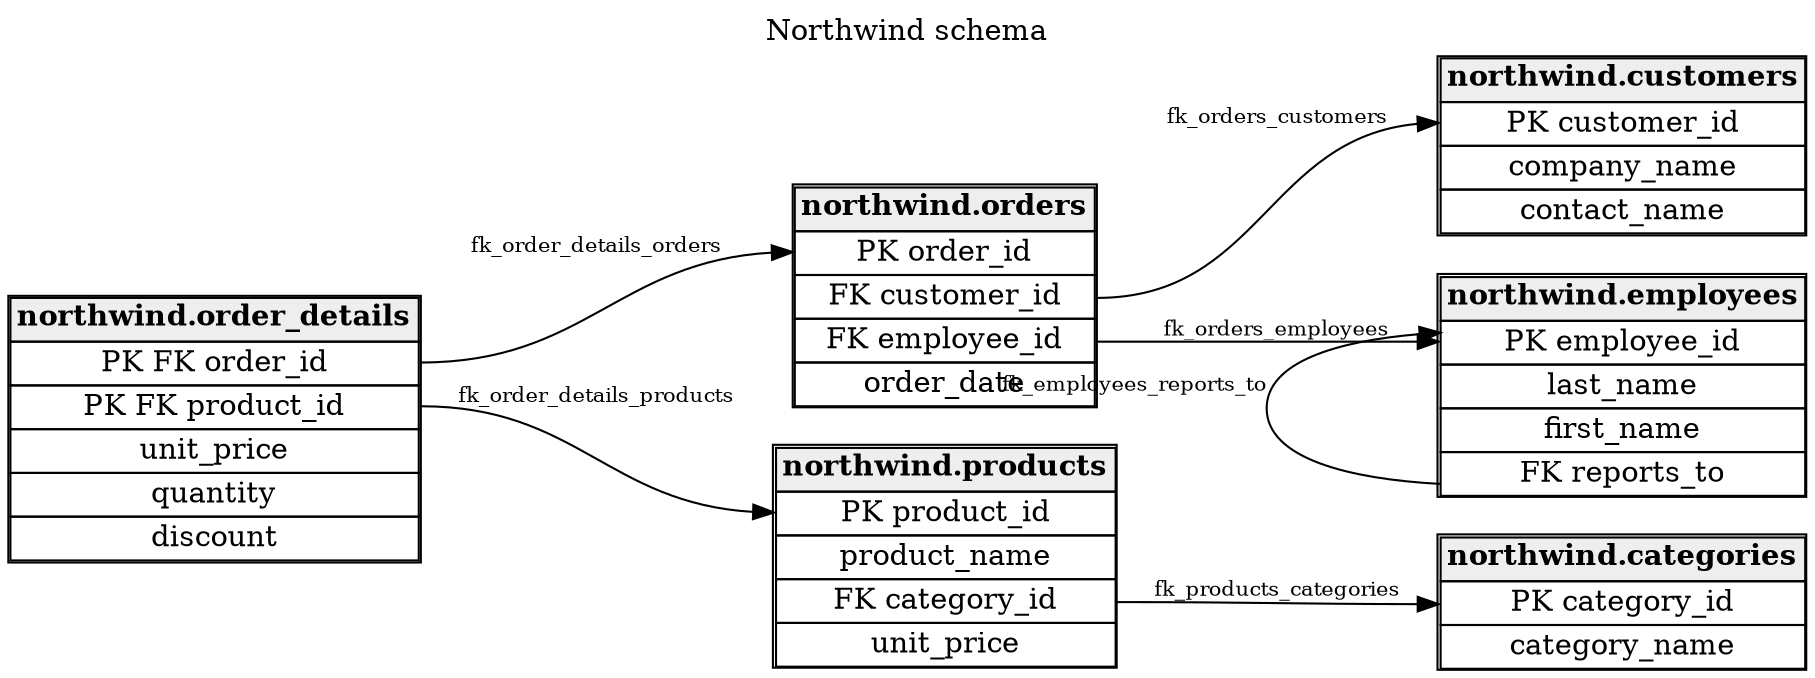
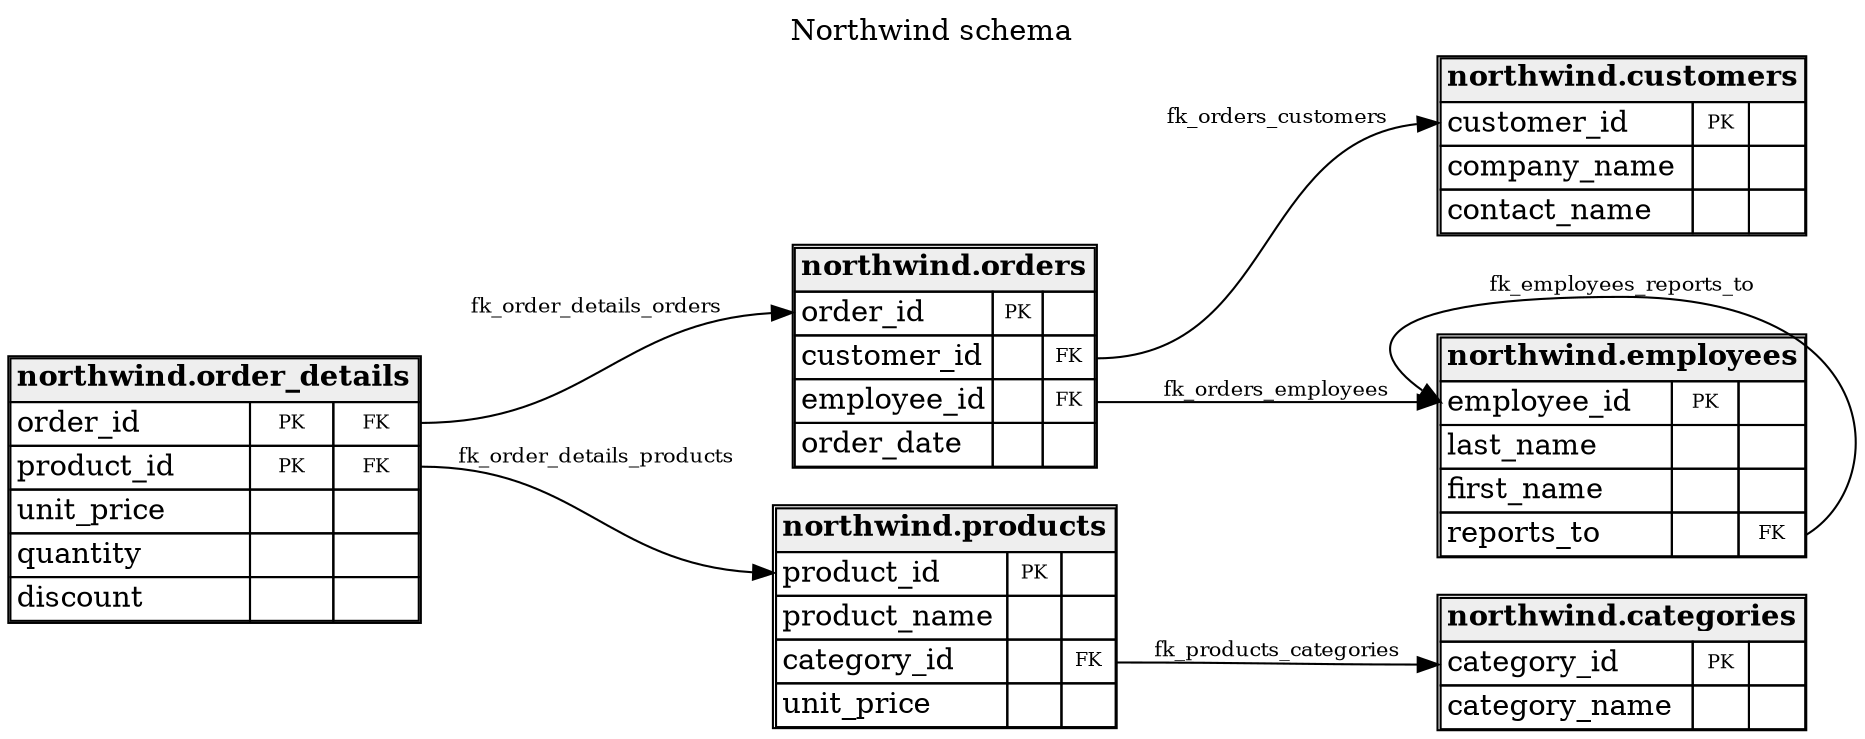
digraph DbSketch {
  graph [
    rankdir=LR,
    labelloc="t",
    label="Northwind schema"
  ];

  node [
    shape=plain
  ];

  edge [
    fontsize=10
  ];

  "table_northwind_categories" [
    label=<
      <TABLE BORDER="1" CELLBORDER="1" CELLSPACING="0">
-         <TR><TD BGCOLOR="#EEEEEE"><B>northwind.categories</B></TD></TR>
-         <TR><TD PORT="col_category_id">PK category_id</TD></TR>
-         <TR><TD PORT="col_category_name">category_name</TD></TR>
+         <TR><TD COLSPAN="3" BGCOLOR="#EEEEEE" ALIGN="LEFT"><B>northwind.categories</B></TD></TR>
+         <TR><TD PORT="col_category_id" ALIGN="LEFT">category_id</TD><TD WIDTH="24" ALIGN="CENTER"><FONT POINT-SIZE="9">PK</FONT></TD><TD WIDTH="24"></TD></TR>
+         <TR><TD PORT="col_category_name" ALIGN="LEFT">category_name</TD><TD WIDTH="24"></TD><TD WIDTH="24"></TD></TR>
      </TABLE>
    >
  ];

  "table_northwind_customers" [
    label=<
      <TABLE BORDER="1" CELLBORDER="1" CELLSPACING="0">
-         <TR><TD BGCOLOR="#EEEEEE"><B>northwind.customers</B></TD></TR>
-         <TR><TD PORT="col_customer_id">PK customer_id</TD></TR>
-         <TR><TD PORT="col_company_name">company_name</TD></TR>
-         <TR><TD PORT="col_contact_name">contact_name</TD></TR>
+         <TR><TD COLSPAN="3" BGCOLOR="#EEEEEE" ALIGN="LEFT"><B>northwind.customers</B></TD></TR>
+         <TR><TD PORT="col_customer_id" ALIGN="LEFT">customer_id</TD><TD WIDTH="24" ALIGN="CENTER"><FONT POINT-SIZE="9">PK</FONT></TD><TD WIDTH="24"></TD></TR>
+         <TR><TD PORT="col_company_name" ALIGN="LEFT">company_name</TD><TD WIDTH="24"></TD><TD WIDTH="24"></TD></TR>
+         <TR><TD PORT="col_contact_name" ALIGN="LEFT">contact_name</TD><TD WIDTH="24"></TD><TD WIDTH="24"></TD></TR>
      </TABLE>
    >
  ];

  "table_northwind_employees" [
    label=<
      <TABLE BORDER="1" CELLBORDER="1" CELLSPACING="0">
-         <TR><TD BGCOLOR="#EEEEEE"><B>northwind.employees</B></TD></TR>
-         <TR><TD PORT="col_employee_id">PK employee_id</TD></TR>
-         <TR><TD PORT="col_last_name">last_name</TD></TR>
-         <TR><TD PORT="col_first_name">first_name</TD></TR>
-         <TR><TD PORT="col_reports_to">FK reports_to</TD></TR>
+         <TR><TD COLSPAN="3" BGCOLOR="#EEEEEE" ALIGN="LEFT"><B>northwind.employees</B></TD></TR>
+         <TR><TD PORT="col_employee_id" ALIGN="LEFT">employee_id</TD><TD WIDTH="24" ALIGN="CENTER"><FONT POINT-SIZE="9">PK</FONT></TD><TD WIDTH="24"></TD></TR>
+         <TR><TD PORT="col_last_name" ALIGN="LEFT">last_name</TD><TD WIDTH="24"></TD><TD WIDTH="24"></TD></TR>
+         <TR><TD PORT="col_first_name" ALIGN="LEFT">first_name</TD><TD WIDTH="24"></TD><TD WIDTH="24"></TD></TR>
+         <TR><TD PORT="col_reports_to" ALIGN="LEFT">reports_to</TD><TD WIDTH="24"></TD><TD PORT="col_reports_to_fk" WIDTH="24" ALIGN="CENTER"><FONT POINT-SIZE="9">FK</FONT></TD></TR>
      </TABLE>
    >
  ];

  "table_northwind_orders" [
    label=<
      <TABLE BORDER="1" CELLBORDER="1" CELLSPACING="0">
-         <TR><TD BGCOLOR="#EEEEEE"><B>northwind.orders</B></TD></TR>
-         <TR><TD PORT="col_order_id">PK order_id</TD></TR>
-         <TR><TD PORT="col_customer_id">FK customer_id</TD></TR>
-         <TR><TD PORT="col_employee_id">FK employee_id</TD></TR>
-         <TR><TD PORT="col_order_date">order_date</TD></TR>
+         <TR><TD COLSPAN="3" BGCOLOR="#EEEEEE" ALIGN="LEFT"><B>northwind.orders</B></TD></TR>
+         <TR><TD PORT="col_order_id" ALIGN="LEFT">order_id</TD><TD WIDTH="24" ALIGN="CENTER"><FONT POINT-SIZE="9">PK</FONT></TD><TD WIDTH="24"></TD></TR>
+         <TR><TD PORT="col_customer_id" ALIGN="LEFT">customer_id</TD><TD WIDTH="24"></TD><TD PORT="col_customer_id_fk" WIDTH="24" ALIGN="CENTER"><FONT POINT-SIZE="9">FK</FONT></TD></TR>
+         <TR><TD PORT="col_employee_id" ALIGN="LEFT">employee_id</TD><TD WIDTH="24"></TD><TD PORT="col_employee_id_fk" WIDTH="24" ALIGN="CENTER"><FONT POINT-SIZE="9">FK</FONT></TD></TR>
+         <TR><TD PORT="col_order_date" ALIGN="LEFT">order_date</TD><TD WIDTH="24"></TD><TD WIDTH="24"></TD></TR>
      </TABLE>
    >
  ];

  "table_northwind_order_details" [
    label=<
      <TABLE BORDER="1" CELLBORDER="1" CELLSPACING="0">
-         <TR><TD BGCOLOR="#EEEEEE"><B>northwind.order_details</B></TD></TR>
-         <TR><TD PORT="col_order_id">PK FK order_id</TD></TR>
-         <TR><TD PORT="col_product_id">PK FK product_id</TD></TR>
-         <TR><TD PORT="col_unit_price">unit_price</TD></TR>
-         <TR><TD PORT="col_quantity">quantity</TD></TR>
-         <TR><TD PORT="col_discount">discount</TD></TR>
+         <TR><TD COLSPAN="3" BGCOLOR="#EEEEEE" ALIGN="LEFT"><B>northwind.order_details</B></TD></TR>
+         <TR><TD PORT="col_order_id" ALIGN="LEFT">order_id</TD><TD WIDTH="24" ALIGN="CENTER"><FONT POINT-SIZE="9">PK</FONT></TD><TD PORT="col_order_id_fk" WIDTH="24" ALIGN="CENTER"><FONT POINT-SIZE="9">FK</FONT></TD></TR>
+         <TR><TD PORT="col_product_id" ALIGN="LEFT">product_id</TD><TD WIDTH="24" ALIGN="CENTER"><FONT POINT-SIZE="9">PK</FONT></TD><TD PORT="col_product_id_fk" WIDTH="24" ALIGN="CENTER"><FONT POINT-SIZE="9">FK</FONT></TD></TR>
+         <TR><TD PORT="col_unit_price" ALIGN="LEFT">unit_price</TD><TD WIDTH="24"></TD><TD WIDTH="24"></TD></TR>
+         <TR><TD PORT="col_quantity" ALIGN="LEFT">quantity</TD><TD WIDTH="24"></TD><TD WIDTH="24"></TD></TR>
+         <TR><TD PORT="col_discount" ALIGN="LEFT">discount</TD><TD WIDTH="24"></TD><TD WIDTH="24"></TD></TR>
      </TABLE>
    >
  ];

  "table_northwind_products" [
    label=<
      <TABLE BORDER="1" CELLBORDER="1" CELLSPACING="0">
-         <TR><TD BGCOLOR="#EEEEEE"><B>northwind.products</B></TD></TR>
-         <TR><TD PORT="col_product_id">PK product_id</TD></TR>
-         <TR><TD PORT="col_product_name">product_name</TD></TR>
-         <TR><TD PORT="col_category_id">FK category_id</TD></TR>
-         <TR><TD PORT="col_unit_price">unit_price</TD></TR>
+         <TR><TD COLSPAN="3" BGCOLOR="#EEEEEE" ALIGN="LEFT"><B>northwind.products</B></TD></TR>
+         <TR><TD PORT="col_product_id" ALIGN="LEFT">product_id</TD><TD WIDTH="24" ALIGN="CENTER"><FONT POINT-SIZE="9">PK</FONT></TD><TD WIDTH="24"></TD></TR>
+         <TR><TD PORT="col_product_name" ALIGN="LEFT">product_name</TD><TD WIDTH="24"></TD><TD WIDTH="24"></TD></TR>
+         <TR><TD PORT="col_category_id" ALIGN="LEFT">category_id</TD><TD WIDTH="24"></TD><TD PORT="col_category_id_fk" WIDTH="24" ALIGN="CENTER"><FONT POINT-SIZE="9">FK</FONT></TD></TR>
+         <TR><TD PORT="col_unit_price" ALIGN="LEFT">unit_price</TD><TD WIDTH="24"></TD><TD WIDTH="24"></TD></TR>
      </TABLE>
    >
  ];

-   "table_northwind_employees":"col_reports_to" -> "table_northwind_employees":"col_employee_id" [
+   "table_northwind_employees":"col_reports_to_fk":e -> "table_northwind_employees":"col_employee_id":w [
    label="fk_employees_reports_to"
  ];
-   "table_northwind_orders":"col_customer_id" -> "table_northwind_customers":"col_customer_id" [
+   "table_northwind_orders":"col_customer_id_fk":e -> "table_northwind_customers":"col_customer_id":w [
    label="fk_orders_customers"
  ];
-   "table_northwind_orders":"col_employee_id" -> "table_northwind_employees":"col_employee_id" [
+   "table_northwind_orders":"col_employee_id_fk":e -> "table_northwind_employees":"col_employee_id":w [
    label="fk_orders_employees"
  ];
-   "table_northwind_order_details":"col_order_id" -> "table_northwind_orders":"col_order_id" [
+   "table_northwind_order_details":"col_order_id_fk":e -> "table_northwind_orders":"col_order_id":w [
    label="fk_order_details_orders"
  ];
-   "table_northwind_order_details":"col_product_id" -> "table_northwind_products":"col_product_id" [
+   "table_northwind_order_details":"col_product_id_fk":e -> "table_northwind_products":"col_product_id":w [
    label="fk_order_details_products"
  ];
-   "table_northwind_products":"col_category_id" -> "table_northwind_categories":"col_category_id" [
+   "table_northwind_products":"col_category_id_fk":e -> "table_northwind_categories":"col_category_id":w [
    label="fk_products_categories"
  ];
}
